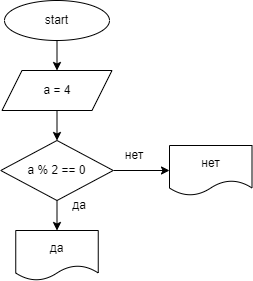
Anna27D/WorkWork keeps this draw.io diagram as Homework/Homework_01/Ex03/diagram_hw01ex03.drawio.png. Above is the earlier version. Source tidied: cells renumbered, new cells last; positions are measured from the earlier drawing's top-left corner, leaving out a move shared by most shapes. The source it was exported from:
```xml
<mxGraphModel>
  <root>
    <mxCell id="0" />
    <mxCell id="1" parent="0" />
    <mxCell id="2" style="edgeStyle=none;html=1;" parent="1" edge="1" source="3">
      <mxGeometry relative="1" as="geometry">
        <mxPoint x="56.5" y="70" as="targetPoint" />
      </mxGeometry>
    </mxCell>
    <mxCell id="3" value="start" style="ellipse;whiteSpace=wrap;html=1;" parent="1" vertex="1">
      <mxGeometry x="4" width="105" height="40" as="geometry" />
    </mxCell>
    <mxCell id="4" style="edgeStyle=none;html=1;" parent="1" edge="1" target="7">
      <mxGeometry relative="1" as="geometry">
        <mxPoint x="56.5" y="110" as="sourcePoint" />
      </mxGeometry>
    </mxCell>
    <mxCell id="5" style="edgeStyle=none;html=1;" parent="1" edge="1" source="7" target="8">
      <mxGeometry relative="1" as="geometry" />
    </mxCell>
    <mxCell id="6" style="edgeStyle=none;html=1;" parent="1" edge="1" source="7" target="10">
      <mxGeometry relative="1" as="geometry" />
    </mxCell>
    <mxCell id="7" value="a % 2 == 0" style="rhombus;whiteSpace=wrap;html=1;rounded=0;" parent="1" vertex="1">
      <mxGeometry x="0.2" y="140" width="112.5" height="60" as="geometry" />
    </mxCell>
    <mxCell id="8" value="да" style="shape=document;whiteSpace=wrap;html=1;boundedLbl=1;rounded=0;" parent="1" vertex="1">
      <mxGeometry x="15.2" y="230" width="82.5" height="50" as="geometry" />
    </mxCell>
    <mxCell id="9" value="да" style="text;html=1;strokeColor=none;fillColor=none;align=center;verticalAlign=middle;whiteSpace=wrap;rounded=0;" parent="1" vertex="1">
      <mxGeometry x="49" y="190" width="60" height="30" as="geometry" />
    </mxCell>
    <mxCell id="10" value="нет" style="shape=document;whiteSpace=wrap;html=1;boundedLbl=1;rounded=0;" parent="1" vertex="1">
      <mxGeometry x="169" y="145" width="82.5" height="50" as="geometry" />
    </mxCell>
    <mxCell id="11" value="нет" style="text;html=1;strokeColor=none;fillColor=none;align=center;verticalAlign=middle;whiteSpace=wrap;rounded=0;" parent="1" vertex="1">
      <mxGeometry x="104" y="140" width="60" height="30" as="geometry" />
    </mxCell>
    <mxCell id="12" value="a = 4" style="shape=parallelogram;perimeter=parallelogramPerimeter;whiteSpace=wrap;html=1;fixedSize=1;" parent="1" vertex="1">
      <mxGeometry x="1.5" y="70" width="110" height="40" as="geometry" />
    </mxCell>
  </root>
</mxGraphModel>
```
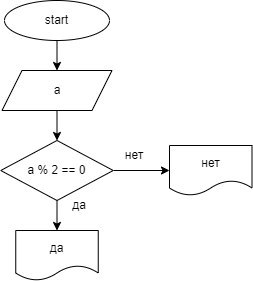
The same file after the commit.

What changed in the source:
```diff
@@ -36,7 +36,7 @@
     <mxCell id="11" value="нет" style="text;html=1;strokeColor=none;fillColor=none;align=center;verticalAlign=middle;whiteSpace=wrap;rounded=0;" parent="1" vertex="1">
       <mxGeometry x="104" y="140" width="60" height="30" as="geometry" />
     </mxCell>
-    <mxCell id="12" value="a = 4" style="shape=parallelogram;perimeter=parallelogramPerimeter;whiteSpace=wrap;html=1;fixedSize=1;" parent="1" vertex="1">
+    <mxCell id="12" value="a" style="shape=parallelogram;perimeter=parallelogramPerimeter;whiteSpace=wrap;html=1;fixedSize=1;" parent="1" vertex="1">
       <mxGeometry x="1.5" y="70" width="110" height="40" as="geometry" />
     </mxCell>
   </root>
```
